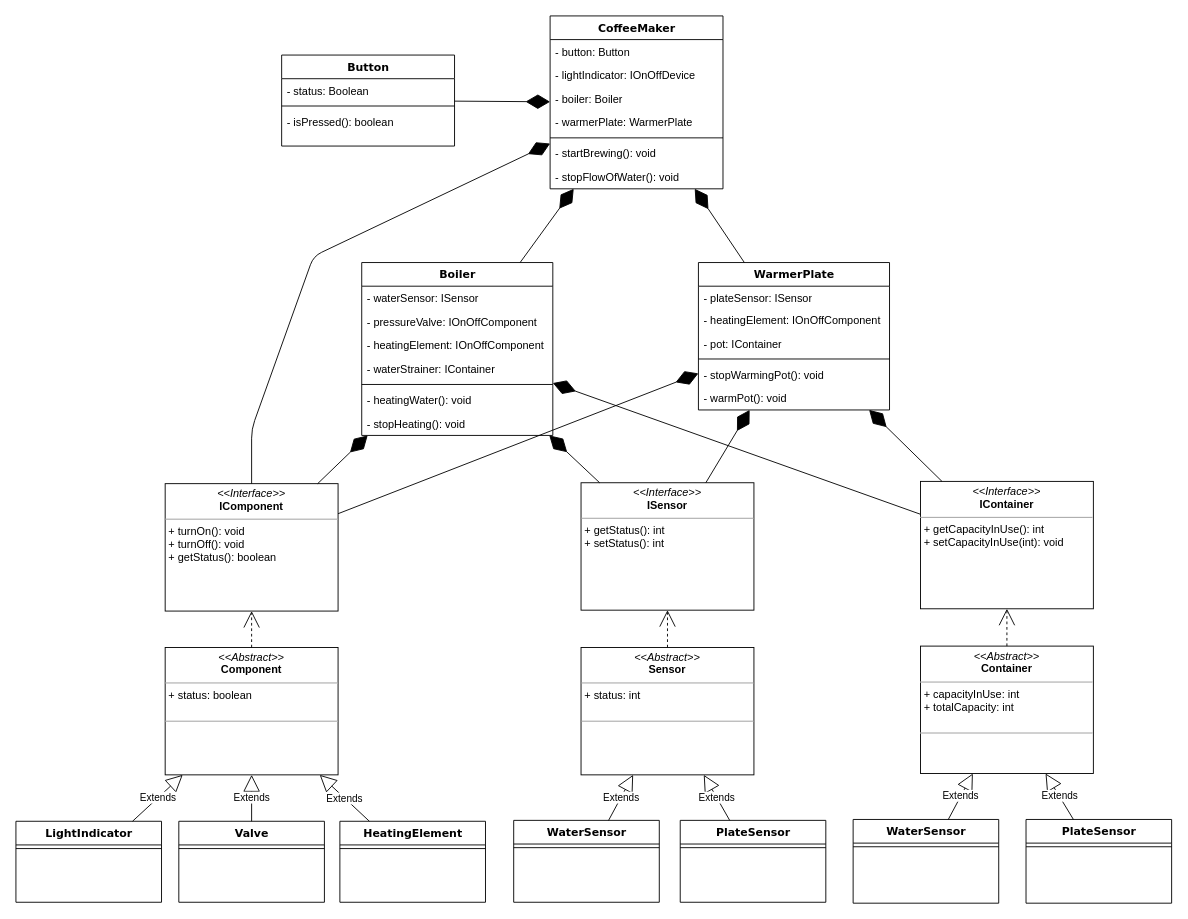
aburgosu/CoffeeMaker-JAM keeps this draw.io diagram as Resources/CoffeeMaker.drawio. Above is the earlier version. Source tidied: cells renumbered, new cells numbered last; positions are measured from the earlier drawing's top-left corner, leaving out a move shared by most shapes. Both pictures are drawn from the tidied source at 91%, with x=0, y=0 at pixel (15, 15).
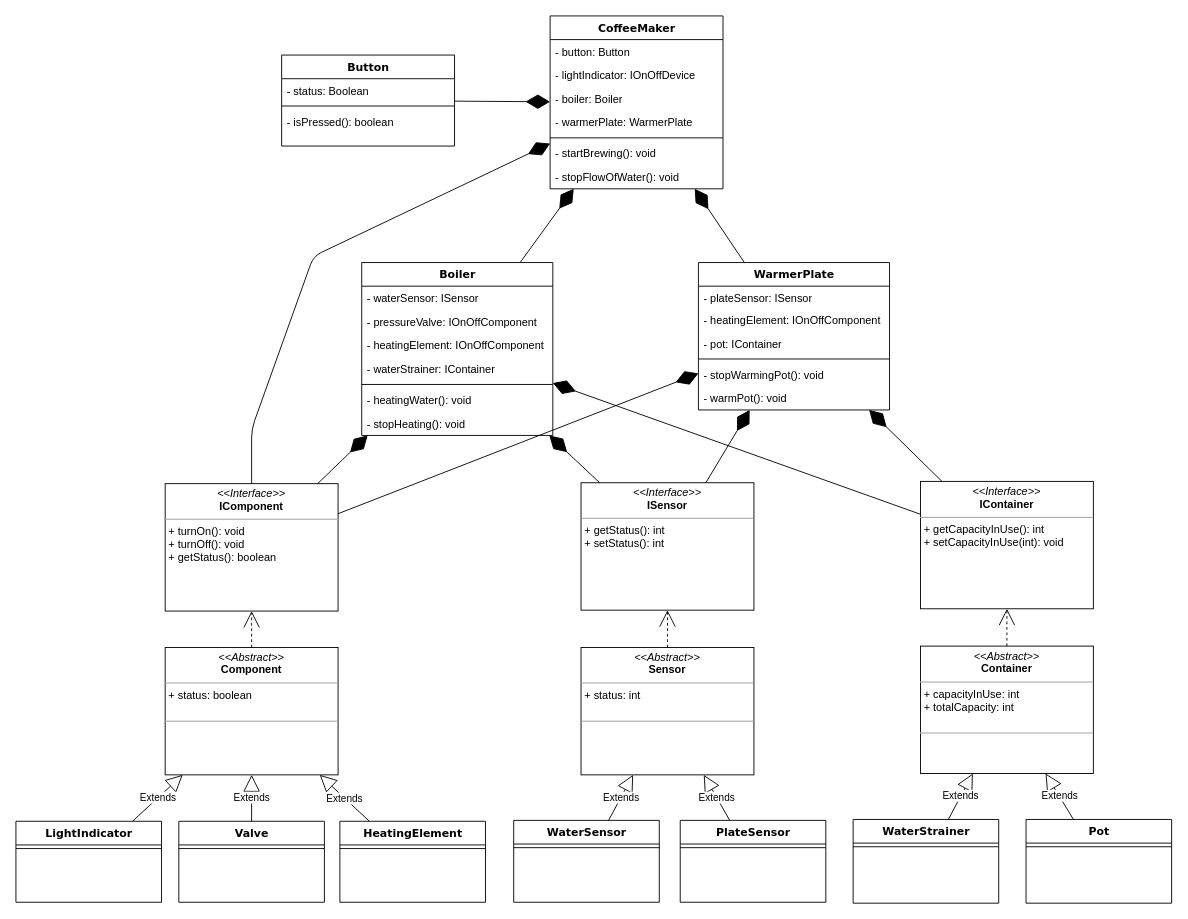
After the change.

Commit message (it also covers changes not shown here):
Container subclasses renamed

The edit, as a diff of the source:
```diff
@@
-    <mxCell id="61" value="WaterSensor" style="swimlane;html=1;fontStyle=1;align=center;verticalAlign=top;horizontal=1;startSize=26;swimlaneFillColor=#ffffff;rounded=0;shadow=0;comic=0;labelBackgroundColor=none;strokeColor=#000000;strokeWidth=1;fillColor=none;fontFamily=Verdana;fontSize=12;fontColor=#000000;" parent="1" vertex="1">
+    <mxCell id="61" value="WaterStrainer" style="swimlane;html=1;fontStyle=1;align=center;verticalAlign=top;horizontal=1;startSize=26;swimlaneFillColor=#ffffff;rounded=0;shadow=0;comic=0;labelBackgroundColor=none;strokeColor=#000000;strokeWidth=1;fillColor=none;fontFamily=Verdana;fontSize=12;fontColor=#000000;" parent="1" vertex="1">
       <mxGeometry x="920" y="883" width="160" height="92" as="geometry" />
     </mxCell>
@@
-    <mxCell id="63" value="PlateSensor" style="swimlane;html=1;fontStyle=1;align=center;verticalAlign=top;horizontal=1;startSize=26;swimlaneFillColor=#ffffff;rounded=0;shadow=0;comic=0;labelBackgroundColor=none;strokeColor=#000000;strokeWidth=1;fillColor=none;fontFamily=Verdana;fontSize=12;fontColor=#000000;" parent="1" vertex="1">
+    <mxCell id="63" value="Pot" style="swimlane;html=1;fontStyle=1;align=center;verticalAlign=top;horizontal=1;startSize=26;swimlaneFillColor=#ffffff;rounded=0;shadow=0;comic=0;labelBackgroundColor=none;strokeColor=#000000;strokeWidth=1;fillColor=none;fontFamily=Verdana;fontSize=12;fontColor=#000000;" parent="1" vertex="1">
       <mxGeometry x="1110" y="883" width="160" height="92" as="geometry" />
     </mxCell>
```
